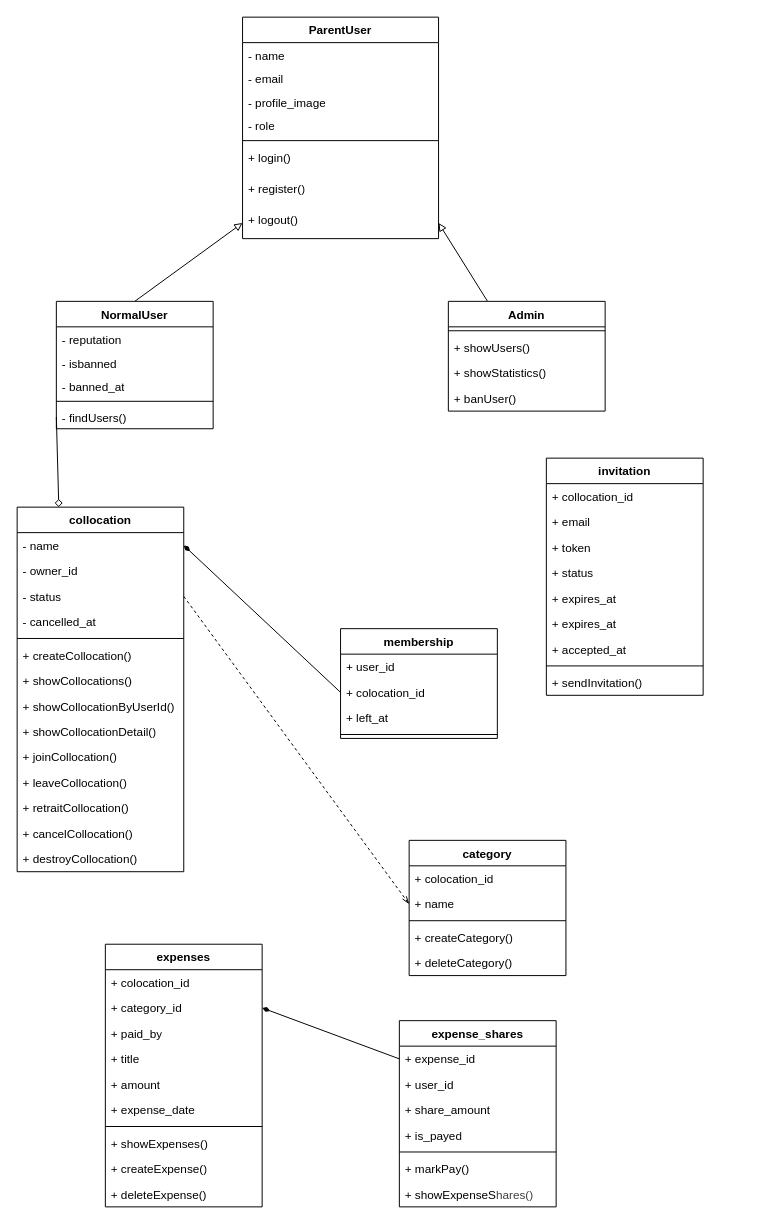
The draw.io diagram schema/class-diagram.drawio in amineElgaini/easycloc, before the edit. Source tidied: cells renumbered, new cells numbered last; positions are measured from the earlier drawing's top-left corner, leaving out a move shared by most shapes. Both pictures are drawn from the tidied source at 98%, with x=0, y=0 at pixel (17, 17).
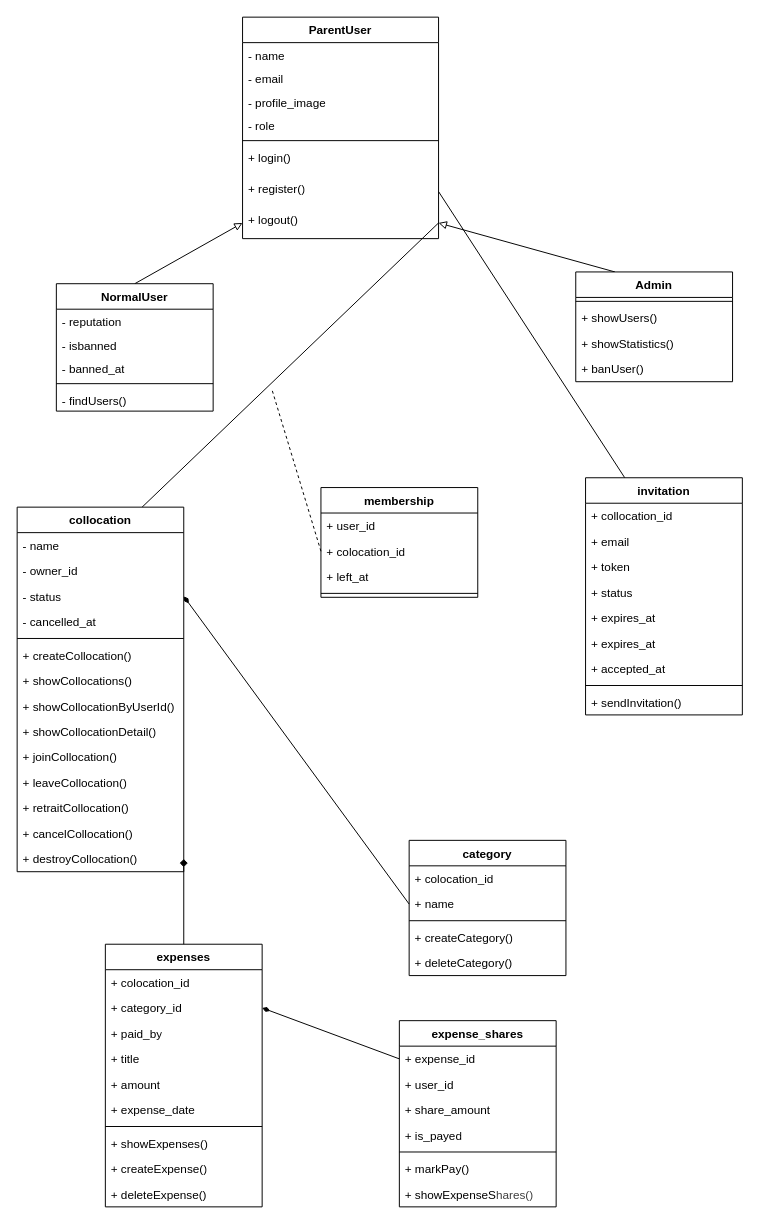
Above is the later version.

Commit message:
update class diagram

Unchanged cells that the change refers to:
```xml
<mxCell id="8" value="- findUsers()" style="text;strokeColor=none;fillColor=none;align=left;verticalAlign=top;spacingLeft=4;spacingRight=4;overflow=hidden;points=[[0,0.5],[1,0.5]];portConstraint=eastwest;whiteSpace=wrap;html=1;" parent="3" vertex="1">
  <mxGeometry y="106" width="160" height="24" as="geometry" />
</mxCell>
<mxCell id="22" value="+ register()" style="text;strokeColor=none;fillColor=none;align=left;verticalAlign=top;spacingLeft=4;spacingRight=4;overflow=hidden;points=[[0,0.5],[1,0.5]];portConstraint=eastwest;whiteSpace=wrap;html=1;" parent="15" vertex="1">
  <mxGeometry y="162" width="200" height="32" as="geometry" />
</mxCell>
<mxCell id="23" value="+ logout()" style="text;strokeColor=none;fillColor=none;align=left;verticalAlign=top;spacingLeft=4;spacingRight=4;overflow=hidden;points=[[0,0.5],[1,0.5]];portConstraint=eastwest;whiteSpace=wrap;html=1;" parent="15" vertex="1">
  <mxGeometry y="194" width="200" height="32" as="geometry" />
</mxCell>
<mxCell id="24" value="collocation" style="swimlane;fontStyle=1;align=center;verticalAlign=top;horizontal=1;startSize=26;whiteSpace=wrap;html=1;" parent="1" vertex="1">
  <mxGeometry y="500" width="170" height="372" as="geometry" />
</mxCell>
<mxCell id="25" value="- name" style="text;strokeColor=none;fillColor=none;align=left;verticalAlign=top;spacingLeft=4;spacingRight=4;overflow=hidden;points=[[0,0.5],[1,0.5]];portConstraint=eastwest;whiteSpace=wrap;html=1;" parent="24" vertex="1">
  <mxGeometry y="26" width="170" height="26" as="geometry" />
</mxCell>
<mxCell id="27" value="- status" style="text;strokeColor=none;fillColor=none;align=left;verticalAlign=top;spacingLeft=4;spacingRight=4;overflow=hidden;points=[[0,0.5],[1,0.5]];portConstraint=eastwest;whiteSpace=wrap;html=1;" parent="24" vertex="1">
  <mxGeometry y="78" width="170" height="26" as="geometry" />
</mxCell>
<mxCell id="38" value="+ destroyCollocation()" style="text;strokeColor=none;fillColor=none;align=left;verticalAlign=top;spacingLeft=4;spacingRight=4;overflow=hidden;points=[[0,0.5],[1,0.5]];portConstraint=eastwest;whiteSpace=wrap;html=1;" parent="24" vertex="1">
  <mxGeometry y="346" width="170" height="26" as="geometry" />
</mxCell>
<mxCell id="41" value="+ colocation_id" style="text;strokeColor=none;fillColor=none;align=left;verticalAlign=top;spacingLeft=4;spacingRight=4;overflow=hidden;points=[[0,0.5],[1,0.5]];portConstraint=eastwest;whiteSpace=wrap;html=1;" parent="39" vertex="1">
  <mxGeometry y="52" width="160" height="26" as="geometry" />
</mxCell>
<mxCell id="56" value="+ name" style="text;strokeColor=none;fillColor=none;align=left;verticalAlign=top;spacingLeft=4;spacingRight=4;overflow=hidden;points=[[0,0.5],[1,0.5]];portConstraint=eastwest;whiteSpace=wrap;html=1;" parent="54" vertex="1">
  <mxGeometry y="52" width="160" height="26" as="geometry" />
</mxCell>
<mxCell id="60" value="expenses" style="swimlane;fontStyle=1;align=center;verticalAlign=top;horizontal=1;startSize=26;whiteSpace=wrap;html=1;" parent="1" vertex="1">
  <mxGeometry x="90" y="946" width="160" height="268" as="geometry" />
</mxCell>
```

Diff of the diagram source:
```diff
@@
     <mxCell id="3" value="NormalUser" style="swimlane;fontStyle=1;align=center;verticalAlign=top;horizontal=1;startSize=26;whiteSpace=wrap;html=1;" parent="1" vertex="1">
-      <mxGeometry x="40" y="290" width="160" height="130" as="geometry" />
+      <mxGeometry x="40" y="272" width="160" height="130" as="geometry" />
     </mxCell>
@@
     <mxCell id="10" value="Admin" style="swimlane;fontStyle=1;align=center;verticalAlign=top;horizontal=1;startSize=26;whiteSpace=wrap;html=1;" parent="1" vertex="1">
-      <mxGeometry x="440" y="290" width="160" height="112" as="geometry" />
+      <mxGeometry x="570" y="260" width="160" height="112" as="geometry" />
     </mxCell>
@@
+    <mxCell id="83" style="edgeStyle=none;html=1;exitX=0.75;exitY=0;exitDx=0;exitDy=0;entryX=1;entryY=0.5;entryDx=0;entryDy=0;endArrow=none;endFill=0;" parent="1" edge="1" source="24" target="23">
+      <mxGeometry relative="1" as="geometry" />
+    </mxCell>
@@
     <mxCell id="39" value="membership" style="swimlane;fontStyle=1;align=center;verticalAlign=top;horizontal=1;startSize=26;whiteSpace=wrap;html=1;" parent="1" vertex="1">
-      <mxGeometry x="330" y="624" width="160" height="112" as="geometry" />
+      <mxGeometry x="310" y="480" width="160" height="112" as="geometry" />
     </mxCell>
@@
+    <mxCell id="84" style="edgeStyle=none;html=1;exitX=0.25;exitY=0;exitDx=0;exitDy=0;entryX=1;entryY=0.5;entryDx=0;entryDy=0;endArrow=none;endFill=0;" parent="1" edge="1" source="44" target="22">
+      <mxGeometry relative="1" as="geometry" />
+    </mxCell>
     <mxCell id="44" value="invitation" style="swimlane;fontStyle=1;align=center;verticalAlign=top;horizontal=1;startSize=26;whiteSpace=wrap;html=1;" parent="1" vertex="1">
-      <mxGeometry x="540" y="450" width="160" height="242" as="geometry" />
+      <mxGeometry x="580" y="470" width="160" height="242" as="geometry" />
     </mxCell>
@@
-    <mxCell id="80" style="edgeStyle=none;html=1;exitX=1;exitY=0.5;exitDx=0;exitDy=0;entryX=0;entryY=0.5;entryDx=0;entryDy=0;dashed=1;endArrow=openThin;endFill=0;" parent="1" edge="1" source="27" target="56">
+    <mxCell id="80" style="edgeStyle=none;html=1;exitX=1;exitY=0.5;exitDx=0;exitDy=0;entryX=0;entryY=0.5;entryDx=0;entryDy=0;endArrow=none;endFill=0;startArrow=diamondThin;startFill=1;" parent="1" edge="1" source="27" target="56">
       <mxGeometry relative="1" as="geometry" />
     </mxCell>
-    <mxCell id="81" style="edgeStyle=none;html=1;exitX=0;exitY=0.5;exitDx=0;exitDy=0;entryX=1;entryY=0.5;entryDx=0;entryDy=0;endArrow=diamondThin;endFill=1;" parent="1" edge="1" source="41" target="25">
-      <mxGeometry relative="1" as="geometry" />
+    <mxCell id="81" style="edgeStyle=none;html=1;exitX=0;exitY=0.5;exitDx=0;exitDy=0;endArrow=none;endFill=0;dashed=1;" parent="1" edge="1" source="41">
+      <mxGeometry relative="1" as="geometry">
+        <mxPoint x="260" y="380" as="targetPoint" />
+      </mxGeometry>
     </mxCell>
-    <mxCell id="82" style="edgeStyle=none;html=1;exitX=0;exitY=0.5;exitDx=0;exitDy=0;entryX=0.25;entryY=0;entryDx=0;entryDy=0;endArrow=diamond;endFill=0;" parent="1" edge="1" source="8" target="24">
-      <mxGeometry relative="1" as="geometry" />
-    </mxCell>
+    <mxCell id="85" style="edgeStyle=none;html=1;entryX=0.5;entryY=0;entryDx=0;entryDy=0;endArrow=none;endFill=0;exitX=1;exitY=0.5;exitDx=0;exitDy=0;startArrow=diamond;startFill=1;" parent="1" edge="1" source="38" target="60">
+      <mxGeometry relative="1" as="geometry" />
+    </mxCell>
```
